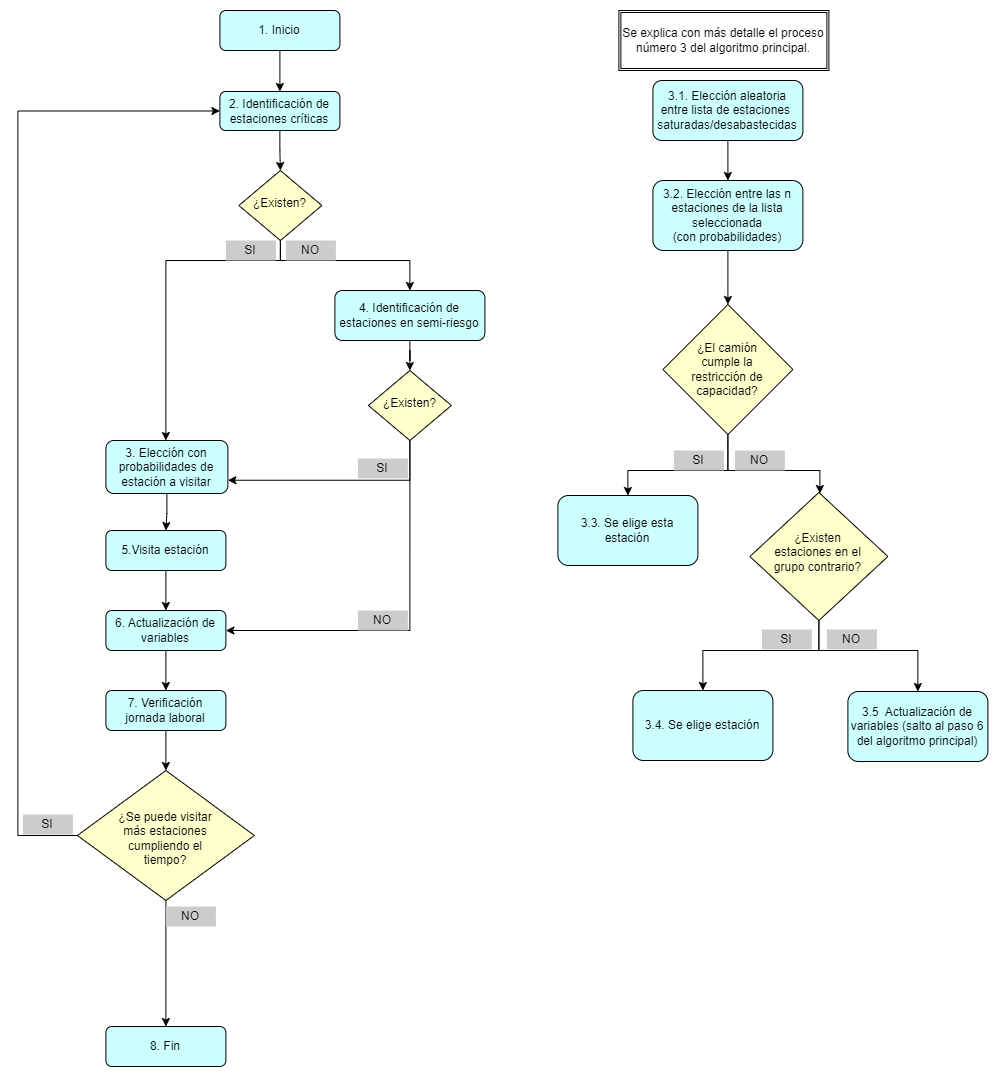
This is 4-DIAGRAMAS/Nearest_probabilidad.drawio.png from GerardGinerFabregat2001/Optimizacion_reposicionamiento_Bicing, a draw.io export, as it was before one commit. Source tidied: cells renumbered, new cells last; positions are measured from the earlier drawing's top-left corner, leaving out a move shared by most shapes. Its diagram source:
```xml
<mxGraphModel>
  <root>
    <mxCell id="0" />
    <mxCell id="1" parent="0" />
    <mxCell id="2" style="edgeStyle=orthogonalEdgeStyle;rounded=0;jettySize=auto;html=1;" parent="1" edge="1" source="3" target="8">
      <mxGeometry relative="1" as="geometry" />
    </mxCell>
    <mxCell id="3" value="1. Inicio" style="rounded=1;whiteSpace=wrap;html=1;fontSize=12;glass=0;strokeWidth=1;shadow=0;fillColor=#CCFFFF;" parent="1" vertex="1">
      <mxGeometry x="202" width="120" height="40" as="geometry" />
    </mxCell>
    <mxCell id="4" style="edgeStyle=orthogonalEdgeStyle;rounded=0;jettySize=auto;html=1;entryX=0.5;entryY=0;entryDx=0;entryDy=0;" parent="1" edge="1" source="6" target="18">
      <mxGeometry relative="1" as="geometry" />
    </mxCell>
    <mxCell id="5" style="edgeStyle=orthogonalEdgeStyle;rounded=0;jettySize=auto;html=1;entryX=0;entryY=0.5;entryDx=0;entryDy=0;" parent="1" edge="1" source="6" target="8">
      <mxGeometry relative="1" as="geometry">
        <Array as="points">
          <mxPoint y="825" />
          <mxPoint y="101" />
        </Array>
      </mxGeometry>
    </mxCell>
    <mxCell id="6" style="rhombus;whiteSpace=wrap;html=1;shadow=0;fontFamily=Helvetica;fontSize=12;align=center;strokeWidth=1;spacing=6;spacingTop=-4;fillColor=#FFFFCC;" parent="1" vertex="1">
      <mxGeometry x="59.5" y="760" width="177" height="130" as="geometry" />
    </mxCell>
    <mxCell id="7" style="edgeStyle=orthogonalEdgeStyle;rounded=0;jettySize=auto;html=1;" parent="1" edge="1" source="8" target="23">
      <mxGeometry relative="1" as="geometry" />
    </mxCell>
    <mxCell id="8" value="2. Identificación de estaciones críticas" style="rounded=1;whiteSpace=wrap;html=1;fontSize=12;glass=0;strokeWidth=1;shadow=0;fillColor=#CCFFFF;" parent="1" vertex="1">
      <mxGeometry x="202" y="81" width="120" height="39" as="geometry" />
    </mxCell>
    <mxCell id="9" style="edgeStyle=orthogonalEdgeStyle;rounded=0;jettySize=auto;html=1;" parent="1" edge="1" source="10" target="12">
      <mxGeometry relative="1" as="geometry" />
    </mxCell>
    <mxCell id="10" value="3. Elección con probabilidades de estación a visitar" style="rounded=1;whiteSpace=wrap;html=1;fontSize=12;glass=0;strokeWidth=1;shadow=0;fillColor=#CCFFFF;" parent="1" vertex="1">
      <mxGeometry x="88" y="430" width="122" height="53" as="geometry" />
    </mxCell>
    <mxCell id="11" style="edgeStyle=orthogonalEdgeStyle;rounded=0;jettySize=auto;html=1;" parent="1" edge="1" source="12" target="14">
      <mxGeometry relative="1" as="geometry" />
    </mxCell>
    <mxCell id="12" value="5.Visita estación" style="rounded=1;whiteSpace=wrap;html=1;fontSize=12;glass=0;strokeWidth=1;shadow=0;fillColor=#CCFFFF;" parent="1" vertex="1">
      <mxGeometry x="88" y="520" width="120" height="40" as="geometry" />
    </mxCell>
    <mxCell id="13" style="edgeStyle=orthogonalEdgeStyle;rounded=0;jettySize=auto;html=1;" parent="1" edge="1" source="14" target="16">
      <mxGeometry relative="1" as="geometry" />
    </mxCell>
    <mxCell id="14" value="6. Actualización de variables" style="rounded=1;whiteSpace=wrap;html=1;fontSize=12;glass=0;strokeWidth=1;shadow=0;fillColor=#CCFFFF;" parent="1" vertex="1">
      <mxGeometry x="88" y="600" width="120" height="40" as="geometry" />
    </mxCell>
    <mxCell id="15" style="edgeStyle=orthogonalEdgeStyle;rounded=0;jettySize=auto;html=1;" parent="1" edge="1" source="16" target="6">
      <mxGeometry relative="1" as="geometry" />
    </mxCell>
    <mxCell id="16" value="7. Verificación jornada laboral" style="rounded=1;whiteSpace=wrap;html=1;fontSize=12;glass=0;strokeWidth=1;shadow=0;fillColor=#CCFFFF;" parent="1" vertex="1">
      <mxGeometry x="88" y="680" width="120" height="40" as="geometry" />
    </mxCell>
    <mxCell id="17" value="&lt;div style=&quot;&quot;&gt;&lt;span style=&quot;background-color: initial;&quot;&gt;¿&lt;/span&gt;&lt;span style=&quot;background-color: initial;&quot;&gt;Se puede visitar más estaciones cumpliendo el tiempo?&lt;/span&gt;&lt;/div&gt;" style="text;html=1;align=center;verticalAlign=middle;whiteSpace=wrap;rounded=0;" parent="1" vertex="1">
      <mxGeometry x="99" y="813" width="98" height="30" as="geometry" />
    </mxCell>
    <mxCell id="18" value="8. Fin" style="rounded=1;whiteSpace=wrap;html=1;fontSize=12;glass=0;strokeWidth=1;shadow=0;fillColor=#CCFFFF;" parent="1" vertex="1">
      <mxGeometry x="88" y="1016" width="120" height="40" as="geometry" />
    </mxCell>
    <mxCell id="19" style="edgeStyle=orthogonalEdgeStyle;rounded=0;jettySize=auto;html=1;" parent="1" edge="1" source="20" target="26">
      <mxGeometry relative="1" as="geometry" />
    </mxCell>
    <mxCell id="20" value="4. Identificación de estaciones en semi-riesgo" style="rounded=1;whiteSpace=wrap;html=1;fontSize=12;glass=0;strokeWidth=1;shadow=0;fillColor=#CCFFFF;" parent="1" vertex="1">
      <mxGeometry x="317" y="280" width="150" height="50" as="geometry" />
    </mxCell>
    <mxCell id="21" style="edgeStyle=orthogonalEdgeStyle;rounded=0;jettySize=auto;html=1;" parent="1" edge="1" source="23" target="10">
      <mxGeometry relative="1" as="geometry">
        <Array as="points">
          <mxPoint x="263" y="250" />
          <mxPoint x="148" y="250" />
        </Array>
      </mxGeometry>
    </mxCell>
    <mxCell id="22" style="edgeStyle=orthogonalEdgeStyle;rounded=0;jettySize=auto;html=1;" parent="1" edge="1" source="23" target="20">
      <mxGeometry relative="1" as="geometry">
        <Array as="points">
          <mxPoint x="263" y="250" />
          <mxPoint x="392" y="250" />
        </Array>
      </mxGeometry>
    </mxCell>
    <mxCell id="23" value="¿Existen?" style="rhombus;whiteSpace=wrap;html=1;shadow=0;fontFamily=Helvetica;fontSize=12;align=center;strokeWidth=1;spacing=6;spacingTop=-4;fillColor=#FFFFCC;" parent="1" vertex="1">
      <mxGeometry x="221" y="160" width="83" height="70" as="geometry" />
    </mxCell>
    <mxCell id="24" style="edgeStyle=orthogonalEdgeStyle;rounded=0;jettySize=auto;html=1;exitX=0.5;exitY=1;exitDx=0;exitDy=0;entryX=1;entryY=0.5;entryDx=0;entryDy=0;" parent="1" edge="1" source="26" target="14">
      <mxGeometry relative="1" as="geometry" />
    </mxCell>
    <mxCell id="25" style="edgeStyle=orthogonalEdgeStyle;rounded=0;jettySize=auto;html=1;entryX=1;entryY=0.75;entryDx=0;entryDy=0;" parent="1" edge="1" source="26" target="10">
      <mxGeometry relative="1" as="geometry">
        <Array as="points">
          <mxPoint x="392" y="470" />
        </Array>
      </mxGeometry>
    </mxCell>
    <mxCell id="26" value="¿Existen?" style="rhombus;whiteSpace=wrap;html=1;shadow=0;fontFamily=Helvetica;fontSize=12;align=center;strokeWidth=1;spacing=6;spacingTop=-4;fillColor=#FFFFCC;" parent="1" vertex="1">
      <mxGeometry x="350.5" y="360" width="83" height="70" as="geometry" />
    </mxCell>
    <mxCell id="27" style="edgeStyle=orthogonalEdgeStyle;rounded=0;jettySize=auto;html=1;" parent="1" edge="1" source="28" target="30">
      <mxGeometry relative="1" as="geometry" />
    </mxCell>
    <mxCell id="28" value="3.1. Elección aleatoria entre lista de estaciones&amp;nbsp;&lt;div&gt;saturadas/desabastecidas&lt;/div&gt;" style="rounded=1;whiteSpace=wrap;html=1;fontSize=12;glass=0;strokeWidth=1;shadow=0;fillColor=#CCFFFF;" parent="1" vertex="1">
      <mxGeometry x="635" y="70" width="150" height="60" as="geometry" />
    </mxCell>
    <mxCell id="29" style="edgeStyle=orthogonalEdgeStyle;rounded=0;jettySize=auto;html=1;entryX=0.5;entryY=0;entryDx=0;entryDy=0;" parent="1" edge="1" source="30" target="33">
      <mxGeometry relative="1" as="geometry" />
    </mxCell>
    <mxCell id="30" value="3.2. Elección entre las n estaciones de la lista seleccionada&lt;div&gt;(con probabilidades)&lt;/div&gt;" style="rounded=1;whiteSpace=wrap;html=1;fontSize=12;glass=0;strokeWidth=1;shadow=0;fillColor=#CCFFFF;" parent="1" vertex="1">
      <mxGeometry x="635" y="170" width="150" height="70" as="geometry" />
    </mxCell>
    <mxCell id="31" style="edgeStyle=orthogonalEdgeStyle;rounded=0;jettySize=auto;html=1;" parent="1" edge="1" source="33" target="36">
      <mxGeometry relative="1" as="geometry">
        <Array as="points">
          <mxPoint x="710" y="460" />
          <mxPoint x="610" y="460" />
        </Array>
      </mxGeometry>
    </mxCell>
    <mxCell id="32" style="edgeStyle=orthogonalEdgeStyle;rounded=0;jettySize=auto;html=1;exitX=0.5;exitY=1;exitDx=0;exitDy=0;entryX=0.5;entryY=0;entryDx=0;entryDy=0;" parent="1" edge="1" source="33">
      <mxGeometry relative="1" as="geometry">
        <mxPoint x="802" y="483" as="targetPoint" />
        <Array as="points">
          <mxPoint x="710" y="460" />
          <mxPoint x="802" y="460" />
        </Array>
      </mxGeometry>
    </mxCell>
    <mxCell id="33" style="rhombus;whiteSpace=wrap;html=1;shadow=0;fontFamily=Helvetica;fontSize=12;align=center;strokeWidth=1;spacing=6;spacingTop=-4;fillColor=#FFFFCC;" parent="1" vertex="1">
      <mxGeometry x="645" y="294" width="130" height="130" as="geometry" />
    </mxCell>
    <mxCell id="34" value="¿El camión cumple la restricción de capacidad?" style="text;html=1;align=center;verticalAlign=middle;whiteSpace=wrap;rounded=0;" parent="1" vertex="1">
      <mxGeometry x="665" y="334" width="90" height="50" as="geometry" />
    </mxCell>
    <mxCell id="35" style="edgeStyle=orthogonalEdgeStyle;rounded=0;orthogonalLoop=1;jettySize=auto;html=1;exitX=0.5;exitY=1;exitDx=0;exitDy=0;" parent="1" edge="1" source="33" target="33">
      <mxGeometry relative="1" as="geometry" />
    </mxCell>
    <mxCell id="36" value="3.3. Se elige esta estación" style="rounded=1;whiteSpace=wrap;html=1;fontSize=12;glass=0;strokeWidth=1;shadow=0;fillColor=#CCFFFF;" parent="1" vertex="1">
      <mxGeometry x="540" y="485" width="140" height="70" as="geometry" />
    </mxCell>
    <mxCell id="37" value="SI" style="text;html=1;align=center;verticalAlign=middle;whiteSpace=wrap;rounded=0;fillColor=#CCCCCC;" parent="1" vertex="1">
      <mxGeometry x="208" y="230" width="50" height="20" as="geometry" />
    </mxCell>
    <mxCell id="38" value="NO" style="text;html=1;align=center;verticalAlign=middle;whiteSpace=wrap;rounded=0;fillColor=#CCCCCC;" parent="1" vertex="1">
      <mxGeometry x="268" y="230" width="50" height="20" as="geometry" />
    </mxCell>
    <mxCell id="39" value="SI" style="text;html=1;align=center;verticalAlign=middle;whiteSpace=wrap;rounded=0;fillColor=#CCCCCC;" parent="1" vertex="1">
      <mxGeometry x="340" y="448" width="50" height="20" as="geometry" />
    </mxCell>
    <mxCell id="40" value="NO" style="text;html=1;align=center;verticalAlign=middle;whiteSpace=wrap;rounded=0;fillColor=#CCCCCC;" parent="1" vertex="1">
      <mxGeometry x="148" y="896" width="50" height="20" as="geometry" />
    </mxCell>
    <mxCell id="41" value="SI" style="text;html=1;align=center;verticalAlign=middle;whiteSpace=wrap;rounded=0;fillColor=#CCCCCC;" parent="1" vertex="1">
      <mxGeometry x="656" y="440" width="50" height="20" as="geometry" />
    </mxCell>
    <mxCell id="42" value="NO" style="text;html=1;align=center;verticalAlign=middle;whiteSpace=wrap;rounded=0;fillColor=#CCCCCC;" parent="1" vertex="1">
      <mxGeometry x="717" y="440" width="50" height="20" as="geometry" />
    </mxCell>
    <mxCell id="43" value="SI" style="text;html=1;align=center;verticalAlign=middle;whiteSpace=wrap;rounded=0;fillColor=#CCCCCC;" parent="1" vertex="1">
      <mxGeometry x="5" y="804" width="50" height="20" as="geometry" />
    </mxCell>
    <mxCell id="44" value="&lt;font color=&quot;#ffffff&quot;&gt;.&lt;/font&gt;" style="text;html=1;align=center;verticalAlign=middle;whiteSpace=wrap;rounded=0;" parent="1" vertex="1">
      <mxGeometry x="820" y="60" width="60" height="30" as="geometry" />
    </mxCell>
    <mxCell id="45" value="NO" style="text;html=1;align=center;verticalAlign=middle;whiteSpace=wrap;rounded=0;fillColor=#CCCCCC;" parent="1" vertex="1">
      <mxGeometry x="340" y="600" width="50" height="20" as="geometry" />
    </mxCell>
    <mxCell id="46" value="3.4. Se elige estación" style="rounded=1;whiteSpace=wrap;html=1;fontSize=12;glass=0;strokeWidth=1;shadow=0;fillColor=#CCFFFF;" parent="1" vertex="1">
      <mxGeometry x="615" y="680" width="140" height="70" as="geometry" />
    </mxCell>
    <mxCell id="47" value="3.5&amp;nbsp; Actualización de variables (salto al paso 6 del algoritmo principal)" style="rounded=1;whiteSpace=wrap;html=1;fontSize=12;glass=0;strokeWidth=1;shadow=0;fillColor=#CCFFFF;" parent="1" vertex="1">
      <mxGeometry x="830" y="681" width="140" height="70" as="geometry" />
    </mxCell>
    <mxCell id="48" value="SI" style="text;html=1;align=center;verticalAlign=middle;whiteSpace=wrap;rounded=0;fillColor=#CCCCCC;" parent="1" vertex="1">
      <mxGeometry x="744" y="619" width="50" height="20" as="geometry" />
    </mxCell>
    <mxCell id="49" value="NO" style="text;html=1;align=center;verticalAlign=middle;whiteSpace=wrap;rounded=0;fillColor=#CCCCCC;" parent="1" vertex="1">
      <mxGeometry x="809" y="619" width="50" height="20" as="geometry" />
    </mxCell>
    <mxCell id="50" value="&lt;span style=&quot;text-align: justify;&quot;&gt;Se explica con más detalle el proceso número 3 del algoritmo principal.&lt;/span&gt;" style="shape=ext;double=1;rounded=0;whiteSpace=wrap;html=1;fillColor=none;" parent="1" vertex="1">
      <mxGeometry x="601" width="210" height="60" as="geometry" />
    </mxCell>
    <mxCell id="51" style="edgeStyle=orthogonalEdgeStyle;rounded=0;jettySize=auto;html=1;exitX=0.5;exitY=1;exitDx=0;exitDy=0;entryX=0.5;entryY=0;entryDx=0;entryDy=0;" parent="1" edge="1" source="53" target="46">
      <mxGeometry relative="1" as="geometry">
        <Array as="points">
          <mxPoint x="801" y="640" />
          <mxPoint x="685" y="640" />
        </Array>
      </mxGeometry>
    </mxCell>
    <mxCell id="52" style="edgeStyle=orthogonalEdgeStyle;rounded=0;jettySize=auto;html=1;" parent="1" edge="1" source="53" target="47">
      <mxGeometry relative="1" as="geometry">
        <Array as="points">
          <mxPoint x="801" y="640" />
          <mxPoint x="900" y="640" />
        </Array>
      </mxGeometry>
    </mxCell>
    <mxCell id="53" style="rhombus;whiteSpace=wrap;html=1;shadow=0;fontFamily=Helvetica;fontSize=12;align=center;strokeWidth=1;spacing=6;spacingTop=-4;fillColor=#FFFFCC;" parent="1" vertex="1">
      <mxGeometry x="732" y="482" width="138" height="128" as="geometry" />
    </mxCell>
    <mxCell id="54" value="¿Existen estaciones en el grupo contrario?" style="text;html=1;align=center;verticalAlign=middle;whiteSpace=wrap;rounded=0;" parent="1" vertex="1">
      <mxGeometry x="748" y="521.2" width="105" height="40.8" as="geometry" />
    </mxCell>
  </root>
</mxGraphModel>
```
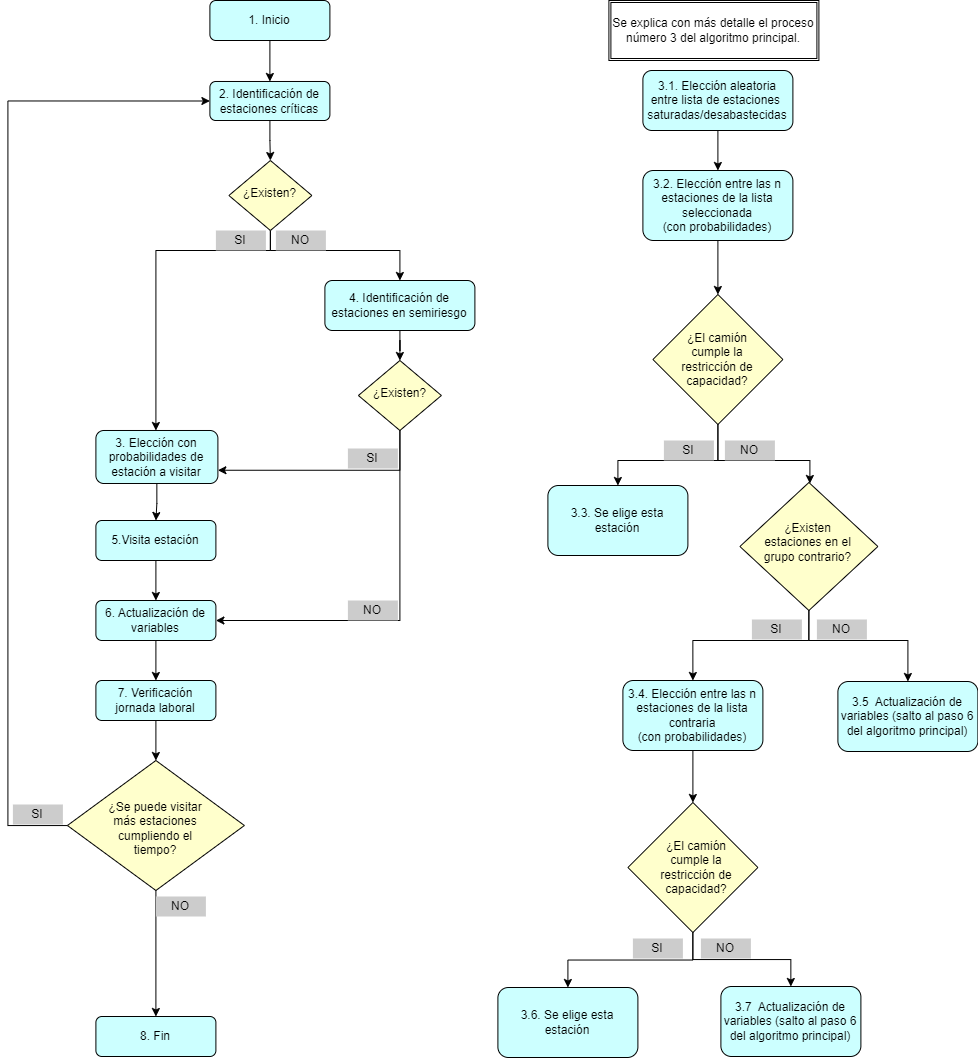
Above is the later version.

Commit message:
Actualización diagramas

Diff of the diagram source:
```diff
@@ -61,7 +61,7 @@
     <mxCell id="19" style="edgeStyle=orthogonalEdgeStyle;rounded=0;jettySize=auto;html=1;" parent="1" edge="1" source="20" target="26">
       <mxGeometry relative="1" as="geometry" />
     </mxCell>
-    <mxCell id="20" value="4. Identificación de estaciones en semi-riesgo" style="rounded=1;whiteSpace=wrap;html=1;fontSize=12;glass=0;strokeWidth=1;shadow=0;fillColor=#CCFFFF;" parent="1" vertex="1">
+    <mxCell id="20" value="4. Identificación de estaciones en semiriesgo" style="rounded=1;whiteSpace=wrap;html=1;fontSize=12;glass=0;strokeWidth=1;shadow=0;fillColor=#CCFFFF;" parent="1" vertex="1">
       <mxGeometry x="317" y="280" width="150" height="50" as="geometry" />
     </mxCell>
     <mxCell id="21" style="edgeStyle=orthogonalEdgeStyle;rounded=0;jettySize=auto;html=1;" parent="1" edge="1" source="23" target="10">
@@ -164,7 +164,10 @@
     <mxCell id="45" value="NO" style="text;html=1;align=center;verticalAlign=middle;whiteSpace=wrap;rounded=0;fillColor=#CCCCCC;" parent="1" vertex="1">
       <mxGeometry x="340" y="600" width="50" height="20" as="geometry" />
     </mxCell>
+    <mxCell id="55" style="edgeStyle=orthogonalEdgeStyle;rounded=0;jettySize=auto;html=1;entryX=0.5;entryY=0;entryDx=0;entryDy=0;" parent="1" edge="1" source="46" target="58">
+      <mxGeometry relative="1" as="geometry" />
+    </mxCell>
-    <mxCell id="46" value="3.4. Se elige estación" style="rounded=1;whiteSpace=wrap;html=1;fontSize=12;glass=0;strokeWidth=1;shadow=0;fillColor=#CCFFFF;" parent="1" vertex="1">
+    <mxCell id="46" value="3.4. Elección entre las n estaciones de la lista contraria&lt;div&gt;(con probabilidades)&lt;/div&gt;" style="rounded=1;whiteSpace=wrap;html=1;fontSize=12;glass=0;strokeWidth=1;shadow=0;fillColor=#CCFFFF;" parent="1" vertex="1">
       <mxGeometry x="615" y="680" width="140" height="70" as="geometry" />
     </mxCell>
     <mxCell id="47" value="3.5&amp;nbsp; Actualización de variables (salto al paso 6 del algoritmo principal)" style="rounded=1;whiteSpace=wrap;html=1;fontSize=12;glass=0;strokeWidth=1;shadow=0;fillColor=#CCFFFF;" parent="1" vertex="1">
@@ -201,5 +204,29 @@
     <mxCell id="54" value="¿Existen estaciones en el grupo contrario?" style="text;html=1;align=center;verticalAlign=middle;whiteSpace=wrap;rounded=0;" parent="1" vertex="1">
       <mxGeometry x="748" y="521.2" width="105" height="40.8" as="geometry" />
     </mxCell>
+    <mxCell id="56" style="edgeStyle=orthogonalEdgeStyle;rounded=0;jettySize=auto;html=1;" parent="1" edge="1" source="58" target="60">
+      <mxGeometry relative="1" as="geometry" />
+    </mxCell>
+    <mxCell id="57" style="edgeStyle=orthogonalEdgeStyle;rounded=0;jettySize=auto;html=1;" parent="1" edge="1" source="58" target="62">
+      <mxGeometry relative="1" as="geometry" />
+    </mxCell>
+    <mxCell id="58" style="rhombus;whiteSpace=wrap;html=1;shadow=0;fontFamily=Helvetica;fontSize=12;align=center;strokeWidth=1;spacing=6;spacingTop=-4;fillColor=#FFFFCC;" parent="1" vertex="1">
+      <mxGeometry x="620" y="802" width="130" height="130" as="geometry" />
+    </mxCell>
+    <mxCell id="59" value="¿El camión cumple la restricción de capacidad?" style="text;html=1;align=center;verticalAlign=middle;whiteSpace=wrap;rounded=0;" parent="1" vertex="1">
+      <mxGeometry x="644" y="842" width="90" height="50" as="geometry" />
+    </mxCell>
+    <mxCell id="60" value="3.6. Se elige esta estación" style="rounded=1;whiteSpace=wrap;html=1;fontSize=12;glass=0;strokeWidth=1;shadow=0;fillColor=#CCFFFF;" parent="1" vertex="1">
+      <mxGeometry x="490" y="987" width="140" height="70" as="geometry" />
+    </mxCell>
+    <mxCell id="61" value="SI" style="text;html=1;align=center;verticalAlign=middle;whiteSpace=wrap;rounded=0;fillColor=#CCCCCC;" parent="1" vertex="1">
+      <mxGeometry x="625" y="938" width="50" height="20" as="geometry" />
+    </mxCell>
+    <mxCell id="62" value="3.7&amp;nbsp; Actualización de variables (salto al paso 6 del algoritmo principal)" style="rounded=1;whiteSpace=wrap;html=1;fontSize=12;glass=0;strokeWidth=1;shadow=0;fillColor=#CCFFFF;" parent="1" vertex="1">
+      <mxGeometry x="713" y="986" width="140" height="70" as="geometry" />
+    </mxCell>
+    <mxCell id="63" value="NO" style="text;html=1;align=center;verticalAlign=middle;whiteSpace=wrap;rounded=0;fillColor=#CCCCCC;" parent="1" vertex="1">
+      <mxGeometry x="693" y="938" width="50" height="20" as="geometry" />
+    </mxCell>
   </root>
 </mxGraphModel>
```
